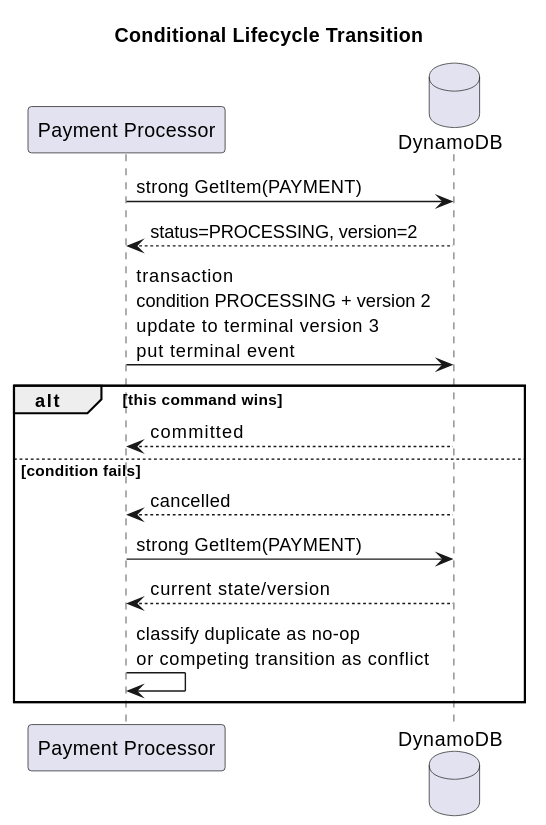
The PlantUML diagram docs/diagrams/lifecycle-transition.svg in josuerzslzr/transaction-processing, before a commit. Its source is kept beside it as docs/diagrams/lifecycle-transition.puml.
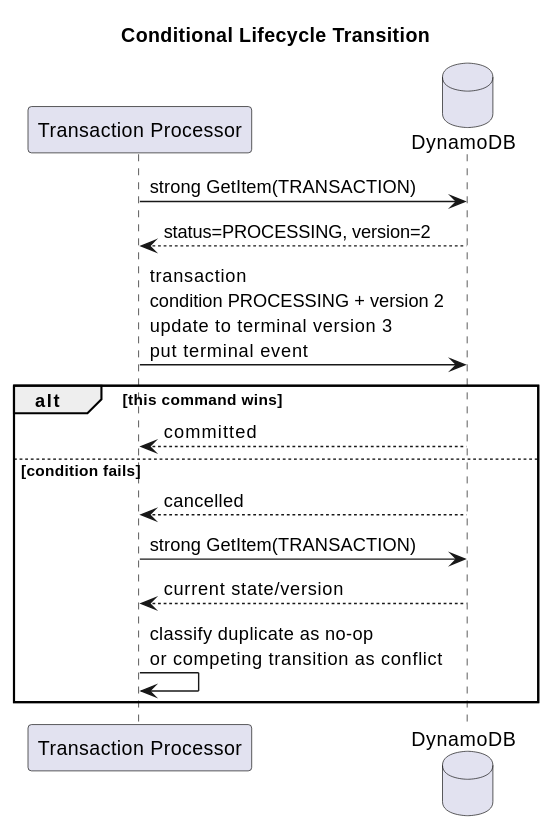
The same diagram one commit later.

Diff of the diagram source:
```diff
@@ -1,10 +1,10 @@
 @startuml lifecycle-transition
 title Conditional Lifecycle Transition
 
-participant "Payment Processor" as Processor
+participant "Transaction Processor" as Processor
 database "DynamoDB" as DB
 
-Processor -> DB: strong GetItem(PAYMENT)
+Processor -> DB: strong GetItem(TRANSACTION)
 DB --> Processor: status=PROCESSING, version=2
 Processor -> DB: transaction\ncondition PROCESSING + version 2\nupdate to terminal version 3\nput terminal event
 
@@ -12,7 +12,7 @@
   DB --> Processor: committed
 else condition fails
   DB --> Processor: cancelled
-  Processor -> DB: strong GetItem(PAYMENT)
+  Processor -> DB: strong GetItem(TRANSACTION)
   DB --> Processor: current state/version
   Processor -> Processor: classify duplicate as no-op\nor competing transition as conflict
 end
```
